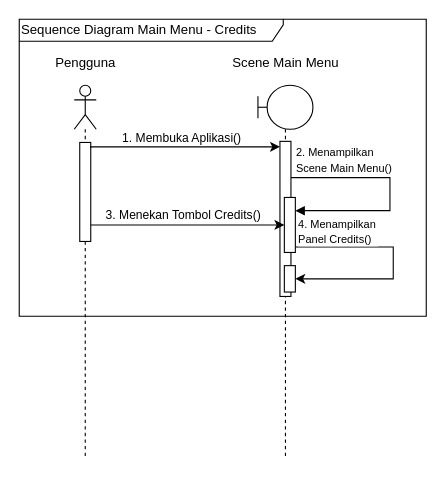
hako-975/UNPAM-File keeps this draw.io diagram as skripsi/skripsi/gambar/BAB III/Sequence Diagram/Sequence Diagram Main Menu - Credits.drawio. Above is the earlier version. Source tidied: cells renumbered, new cells numbered last; positions are measured from the earlier drawing's top-left corner, leaving out a move shared by most shapes. Both pictures are drawn from the tidied source at 110%, with x=0, y=0 at pixel (19, 19).
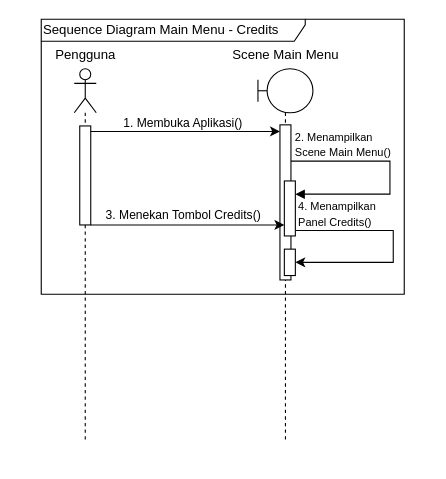
After the change.

The change refers to these unchanged cells:
```xml
<mxCell id="3" style="html=1;points=[[0,0,0,0,5],[0,1,0,0,-5],[1,0,0,0,5],[1,1,0,0,-5]];perimeter=orthogonalPerimeter;outlineConnect=0;targetShapes=umlLifeline;portConstraint=eastwest;newEdgeStyle={&quot;curved&quot;:0,&quot;rounded&quot;:0};" parent="2" vertex="1">
  <mxGeometry x="5" y="52" width="10" height="90" as="geometry" />
</mxCell>
<mxCell id="7" style="html=1;points=[[0,0,0,0,5],[0,1,0,0,-5],[1,0,0,0,5],[1,1,0,0,-5]];perimeter=orthogonalPerimeter;outlineConnect=0;targetShapes=umlLifeline;portConstraint=eastwest;newEdgeStyle={&quot;curved&quot;:0,&quot;rounded&quot;:0};" parent="6" vertex="1">
  <mxGeometry x="20" y="51" width="10" height="141" as="geometry" />
</mxCell>
```

The edit, as a diff of the source:
```diff
@@
     <mxCell id="2" value="&lt;div&gt;&lt;/div&gt;" style="shape=umlLifeline;perimeter=lifelinePerimeter;whiteSpace=wrap;html=1;newEdgeStyle={&quot;curved&quot;:0,&quot;rounded&quot;:0};participant=umlActor;size=40;" parent="1" vertex="1">
-      <mxGeometry x="50" y="60" width="20" height="340" as="geometry" />
+      <mxGeometry x="50" y="45" width="20" height="340" as="geometry" />
     </mxCell>
@@
     <mxCell id="4" value="&lt;div&gt;Pengguna&lt;/div&gt;" style="text;html=1;align=center;verticalAlign=middle;strokeColor=none;fillColor=none;" parent="1" vertex="1">
-      <mxGeometry x="20" y="25" width="80" height="30" as="geometry" />
+      <mxGeometry x="20" y="18" width="80" height="30" as="geometry" />
     </mxCell>
     <mxCell id="5" value="Sequence Diagram Main Menu - Credits" style="shape=umlFrame;whiteSpace=wrap;html=1;width=240;height=20;align=left;" parent="1" vertex="1">
-      <mxGeometry width="370" height="270" as="geometry" />
+      <mxGeometry x="20" width="330" height="250" as="geometry" />
     </mxCell>
     <mxCell id="6" style="shape=umlLifeline;perimeter=lifelinePerimeter;whiteSpace=wrap;html=1;newEdgeStyle={&quot;curved&quot;:0,&quot;rounded&quot;:0};participant=umlBoundary;" parent="1" vertex="1">
-      <mxGeometry x="217" y="60" width="50" height="339" as="geometry" />
+      <mxGeometry x="217" y="45" width="50" height="339" as="geometry" />
     </mxCell>
@@
     <mxCell id="12" value="&lt;div&gt;Scene Main Menu&lt;/div&gt;" style="text;html=1;align=center;verticalAlign=middle;strokeColor=none;fillColor=none;" parent="1" vertex="1">
-      <mxGeometry x="182" y="25" width="120" height="30" as="geometry" />
+      <mxGeometry x="182" y="18" width="120" height="30" as="geometry" />
     </mxCell>
-    <mxCell id="13" style="edgeStyle=orthogonalEdgeStyle;rounded=0;jettySize=auto;html=1;curved=0;entryX=0;entryY=0;entryDx=0;entryDy=5;entryPerimeter=0;exitX=1;exitY=0;exitDx=0;exitDy=5;exitPerimeter=0;" parent="1" edge="1" source="3" target="7">
-      <mxGeometry relative="1" as="geometry">
-        <Array as="points">
-          <mxPoint x="65" y="116" />
-        </Array>
-      </mxGeometry>
+    <mxCell id="13" style="rounded=0;jettySize=auto;html=1;exitX=1;exitY=0;exitDx=0;exitDy=5;exitPerimeter=0;" parent="1" edge="1" source="3" target="7">
+      <mxGeometry relative="1" as="geometry" />
     </mxCell>
@@
     <mxCell id="15" value="&lt;span style=&quot;font-size: 10px;&quot;&gt;2. Menampilkan&amp;nbsp;&lt;/span&gt;&lt;div&gt;&lt;span style=&quot;font-size: 10px;&quot;&gt;Scene&amp;nbsp;&lt;/span&gt;&lt;span style=&quot;font-size: 10px;&quot;&gt;Main Menu()&lt;/span&gt;&lt;/div&gt;" style="edgeLabel;html=1;align=left;verticalAlign=middle;" parent="13" vertex="1">
       <mxGeometry x="-0.33" y="1" relative="1" as="geometry">
-        <mxPoint x="128" y="12" as="offset" />
+        <mxPoint x="126" y="12" as="offset" />
       </mxGeometry>
     </mxCell>
@@
     <mxCell id="18" value="&lt;span style=&quot;font-size: 10px;&quot;&gt;4. Menampilkan&amp;nbsp;&lt;/span&gt;&lt;div&gt;&lt;span style=&quot;font-size: 10px;&quot;&gt;Panel Credits()&lt;/span&gt;&lt;/div&gt;" style="edgeLabel;html=1;align=left;verticalAlign=middle;" parent="1" vertex="1">
-      <mxGeometry x="252" y="192" as="geometry" />
+      <mxGeometry x="252" y="176" as="geometry" />
     </mxCell>
```
